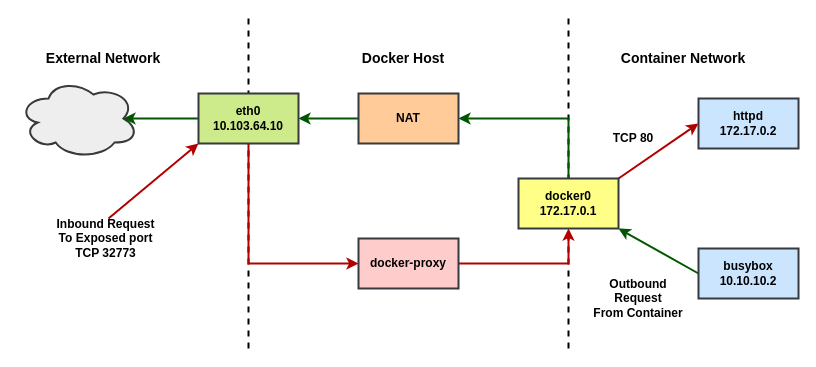
Above: docker ovs dnat.drawio in ctimbai/draw.io (draw.io), before the change. Source tidied: cells renumbered, new cells numbered last; positions are measured from the earlier drawing's top-left corner, leaving out a move shared by most shapes. Both pictures are drawn from the tidied source at 100%, with x=0, y=0 at pixel (18, 18).
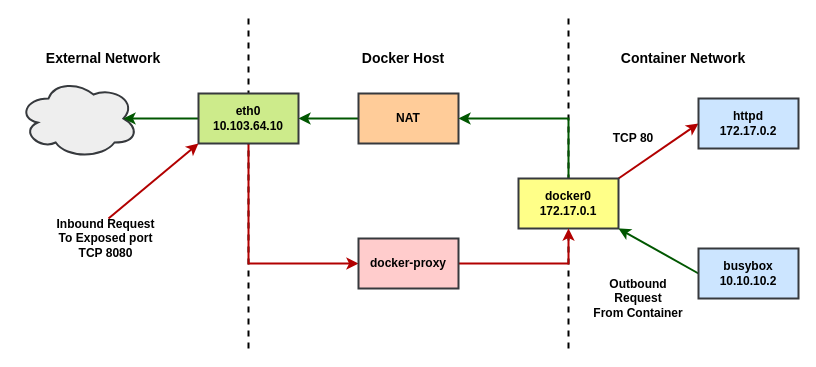
The same diagram, later.

Change to the diagram source:
```diff
@@
-    <mxCell id="20" value="&lt;b&gt;Inbound Request&lt;br&gt;To Exposed port &lt;br&gt;TCP 32773&lt;/b&gt;" style="text;html=1;strokeColor=none;fillColor=none;align=center;verticalAlign=middle;whiteSpace=wrap;rounded=0;" parent="1" vertex="1">
+    <mxCell id="20" value="&lt;b&gt;Inbound Request&lt;br&gt;To Exposed port &lt;br&gt;TCP 8080&lt;/b&gt;" style="text;html=1;strokeColor=none;fillColor=none;align=center;verticalAlign=middle;whiteSpace=wrap;rounded=0;" parent="1" vertex="1">
       <mxGeometry x="20" y="210" width="135" height="20" as="geometry" />
     </mxCell>
```
